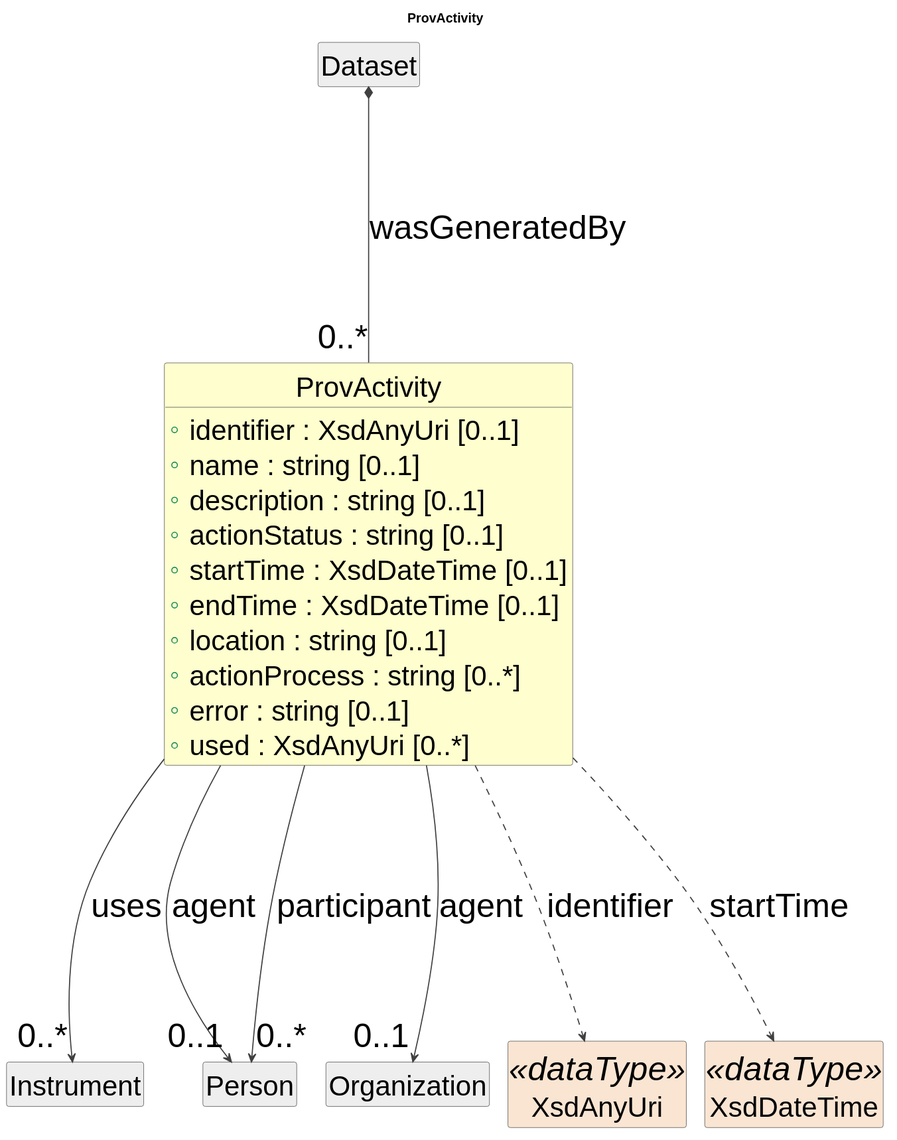
Above: cdif-uml-model/CDIFProvenance/Classes/ProvActivity.svg in Cross-Domain-Interoperability-Framework/metadataBuildingBlocks (PlantUML), before the change. Source of this version:
```plantuml
@startuml
title ProvActivity
hide circle
hide empty members
skinparam shadowing false
skinparam ArrowThickness 1.2
skinparam ranksep 250
skinparam nodesep 20
skinparam defaultFontSize 36
skinparam class {
  ArrowColor #404040
  BorderColor #404040
  FontSize 36
  AttributeFontSize 30
}

class "ProvActivity" as ProvActivity #FEFECE {
  +identifier : XsdAnyUri [0..1]
  +name : string [0..1]
  +description : string [0..1]
  +actionStatus : string [0..1]
  +startTime : XsdDateTime [0..1]
  +endTime : XsdDateTime [0..1]
  +location : string [0..1]
  +actionProcess : string [0..*]
  +error : string [0..1]
  +used : XsdAnyUri [0..*]
}
class "Instrument" as Instrument #EEEEEE
ProvActivity --> "0..*" Instrument : uses
class "Person" as Person #EEEEEE
ProvActivity --> "0..1" Person : agent
class "Organization" as Organization #EEEEEE
ProvActivity --> "0..1" Organization : agent
ProvActivity --> "0..*" Person : participant
class "Dataset" as Dataset #EEEEEE
Dataset *-- "0..*" ProvActivity : wasGeneratedBy
class "XsdAnyUri" as XsdAnyUri <<dataType>> #FAE5D3
ProvActivity ..> XsdAnyUri : identifier
class "XsdDateTime" as XsdDateTime <<dataType>> #FAE5D3
ProvActivity ..> XsdDateTime : startTime
@enduml
```
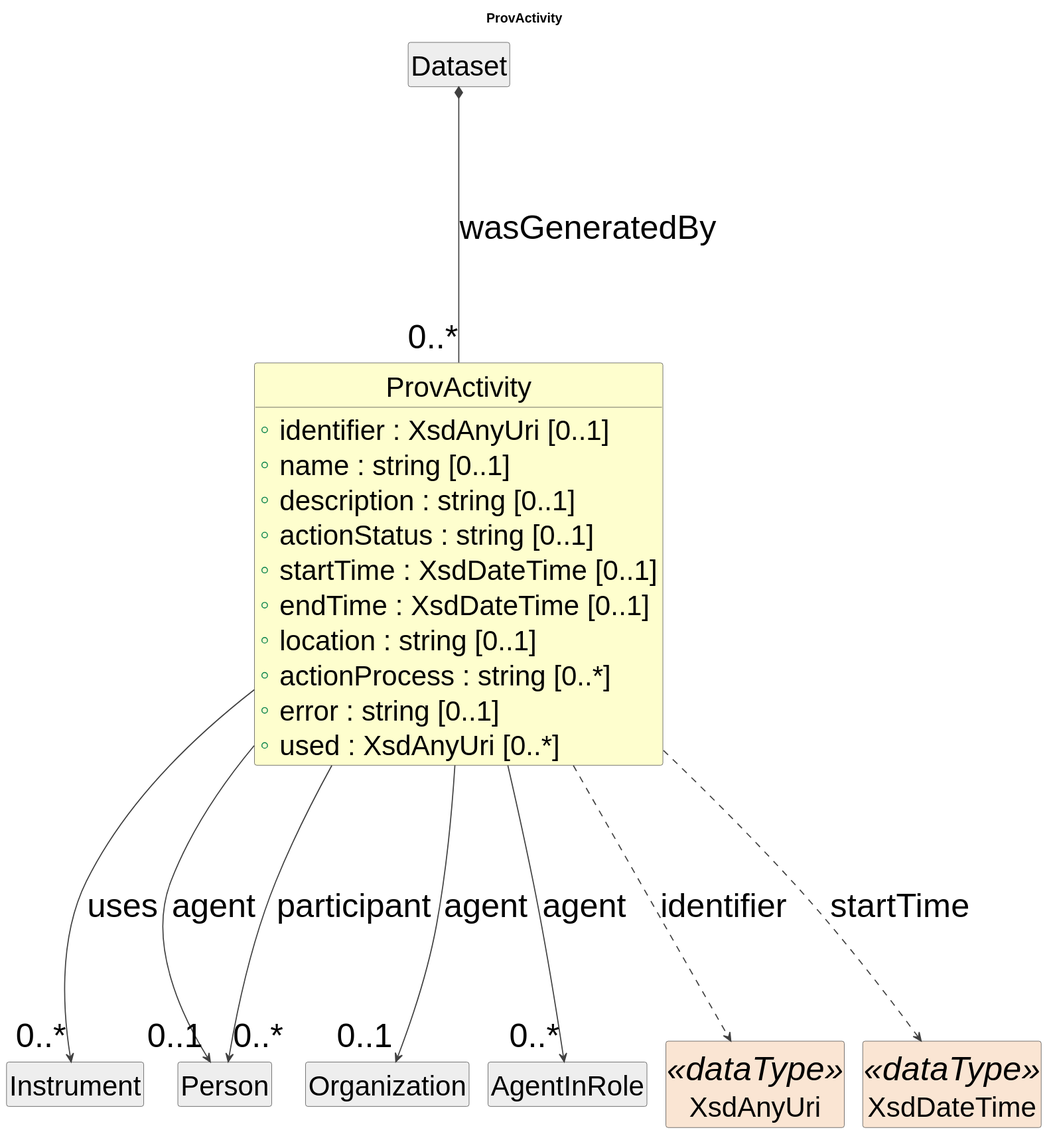
The same file after the commit.

The edit, as a diff of the source:
```diff
@@ -33,6 +33,8 @@
 class "Organization" as Organization #EEEEEE
 ProvActivity --> "0..1" Organization : agent
 ProvActivity --> "0..*" Person : participant
+class "AgentInRole" as AgentInRole #EEEEEE
+ProvActivity --> "0..*" AgentInRole : agent
 class "Dataset" as Dataset #EEEEEE
 Dataset *-- "0..*" ProvActivity : wasGeneratedBy
 class "XsdAnyUri" as XsdAnyUri <<dataType>> #FAE5D3
```
